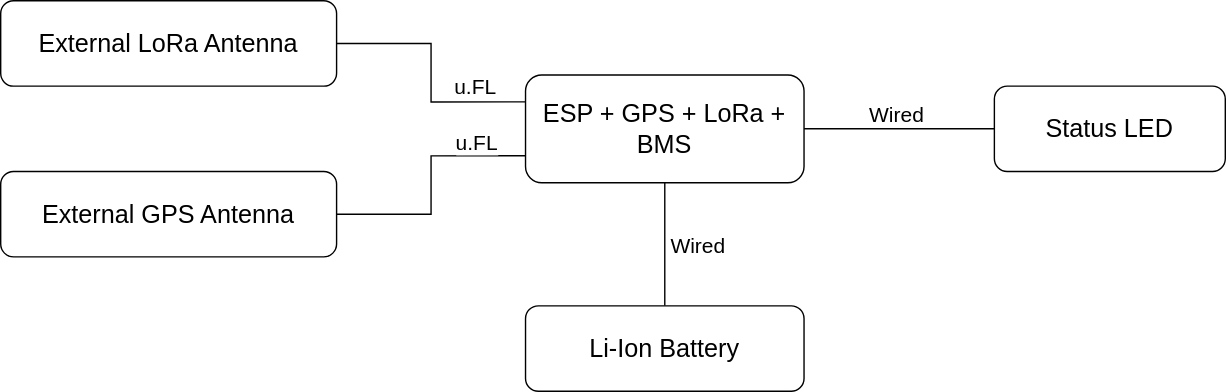
The draw.io diagram SailTrack Radio/block-diagram.svg in metisvela/sailtrack, before a commit. Source tidied: cells renumbered, new cells last; positions are measured from the earlier drawing's top-left corner, leaving out a move shared by most shapes.
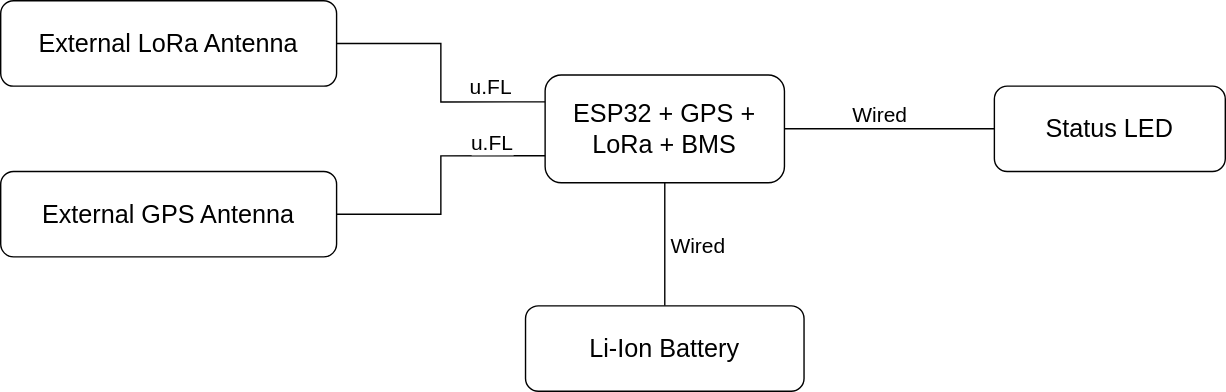
After the change.

What changed in the source:
```diff
@@ -10,8 +10,8 @@
         <mxPoint x="42.7" as="offset" />
       </mxGeometry>
     </mxCell>
-    <mxCell id="4" value="ESP + GPS + LoRa + BMS" style="rounded=1;whiteSpace=wrap;html=1;fontSize=18;" parent="1" vertex="1">
-      <mxGeometry x="375" y="53" width="199" height="77" as="geometry" />
+    <mxCell id="4" value="ESP32 + GPS + LoRa + BMS" style="rounded=1;whiteSpace=wrap;html=1;fontSize=18;" parent="1" vertex="1">
+      <mxGeometry x="389" y="53" width="171" height="77" as="geometry" />
     </mxCell>
     <mxCell id="5" style="edgeStyle=orthogonalEdgeStyle;rounded=0;jettySize=auto;html=1;exitX=0.5;exitY=0;exitDx=0;exitDy=0;entryX=0.5;entryY=1;entryDx=0;entryDy=0;endArrow=none;endFill=0;" parent="1" edge="1" source="7" target="4">
       <mxGeometry relative="1" as="geometry" />
```
